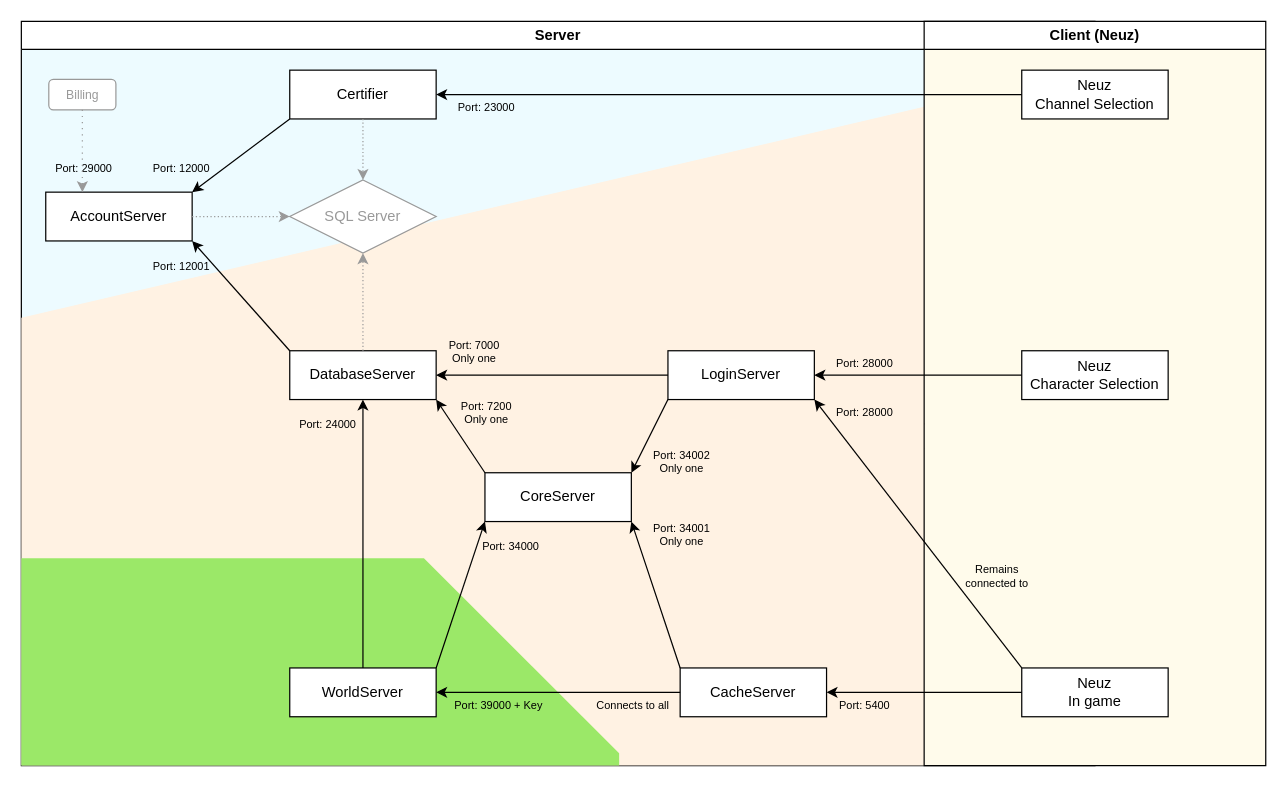
Above: Holy Writings.drawio in SPSquonK/FlyFF-Misc-Doc (draw.io), before the change. Source tidied: cells renumbered, new cells numbered last; positions are measured from the earlier drawing's top-left corner, leaving out a move shared by most shapes. Both pictures are drawn from the tidied source at 122%, with x=0, y=0 at pixel (21, 21).
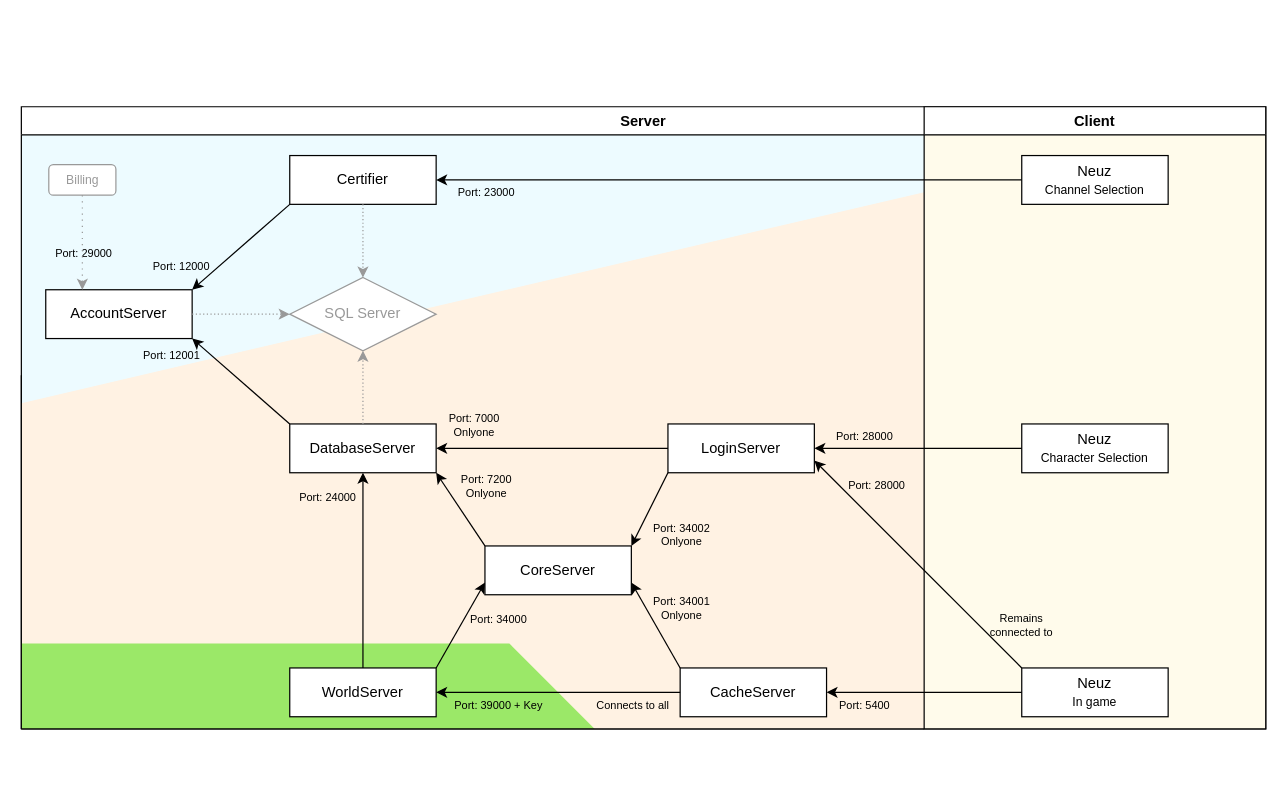
Above is the later version.

The change refers to these unchanged cells:
```xml
<mxCell id="5" value="Certifier" style="rounded=0;whiteSpace=wrap;html=1;" parent="2" vertex="1">
  <mxGeometry x="220" y="40" width="120" height="40" as="geometry" />
</mxCell>
```

The edit, as a diff of the source:
```diff
@@
     <mxCell id="2" value="Server" style="swimlane;whiteSpace=wrap;html=1;swimlaneFillColor=#EDFBFF;" parent="1" vertex="1">
-      <mxGeometry width="880" height="610" as="geometry" />
+      <mxGeometry y="70" width="1020" height="510" as="geometry" />
     </mxCell>
     <mxCell id="3" style="shape=manualInput;whiteSpace=wrap;html=1;size=173;strokeColor=none;fillColor=#FFF2E3;" parent="2" vertex="1">
-      <mxGeometry y="70" width="740" height="540" as="geometry" />
+      <mxGeometry y="70" width="740" height="440" as="geometry" />
     </mxCell>
     <mxCell id="4" style="shape=card;whiteSpace=wrap;html=1;size=160;flipH=1;fillColor=#9BE868;strokeColor=none;" parent="2" vertex="1">
-      <mxGeometry y="440" width="490" height="170" as="geometry" />
+      <mxGeometry y="440" width="470" height="70" as="geometry" />
     </mxCell>
@@
     <mxCell id="6" value="AccountServer" style="rounded=0;whiteSpace=wrap;html=1;" parent="2" vertex="1">
-      <mxGeometry x="20" y="140" width="120" height="40" as="geometry" />
+      <mxGeometry x="20" y="150" width="120" height="40" as="geometry" />
     </mxCell>
@@
     <mxCell id="8" value="SQL Server" style="rhombus;whiteSpace=wrap;html=1;strokeColor=#999999;fontColor=#999999;" parent="2" vertex="1">
-      <mxGeometry x="220" y="130" width="120" height="60" as="geometry" />
+      <mxGeometry x="220" y="140" width="120" height="60" as="geometry" />
     </mxCell>
@@
     <mxCell id="11" value="DatabaseServer" style="rounded=0;whiteSpace=wrap;html=1;" parent="2" vertex="1">
-      <mxGeometry x="220" y="270" width="120" height="40" as="geometry" />
+      <mxGeometry x="220" y="260" width="120" height="40" as="geometry" />
     </mxCell>
@@
     <mxCell id="14" value="LoginServer" style="rounded=0;whiteSpace=wrap;html=1;" parent="2" vertex="1">
-      <mxGeometry x="530" y="270" width="120" height="40" as="geometry" />
+      <mxGeometry x="530" y="260" width="120" height="40" as="geometry" />
     </mxCell>
@@
     <mxCell id="16" value="CoreServer" style="rounded=0;whiteSpace=wrap;html=1;" parent="2" vertex="1">
-      <mxGeometry x="380" y="370" width="120" height="40" as="geometry" />
+      <mxGeometry x="380" y="360" width="120" height="40" as="geometry" />
     </mxCell>
@@
-    <mxCell id="19" style="edgeStyle=orthogonalEdgeStyle;rounded=0;orthogonalLoop=1;jettySize=auto;html=1;" parent="2" edge="1" source="3" target="3">
-      <mxGeometry relative="1" as="geometry" />
-    </mxCell>
     <mxCell id="20" value="&lt;div style=&quot;font-size: 9px;&quot;&gt;Port: 12000&lt;/div&gt;" style="edgeLabel;html=1;align=center;verticalAlign=middle;labelBackgroundColor=none;fontSize=9;" parent="2" vertex="1">
-      <mxGeometry x="130" y="120" as="geometry" />
+      <mxGeometry x="130" y="130" as="geometry" />
     </mxCell>
     <mxCell id="21" value="&lt;div style=&quot;font-size: 9px;&quot;&gt;Port: 12001&lt;/div&gt;" style="edgeLabel;html=1;align=center;verticalAlign=middle;labelBackgroundColor=none;fontSize=9;" parent="2" vertex="1">
-      <mxGeometry x="130" y="200" as="geometry" />
+      <mxGeometry x="122" y="203" as="geometry" />
     </mxCell>
-    <mxCell id="22" value="&lt;div style=&quot;font-size: 9px;&quot;&gt;Port: 7000&lt;/div&gt;&lt;div style=&quot;font-size: 9px;&quot;&gt;Only one&lt;br style=&quot;font-size: 9px;&quot;&gt;&lt;/div&gt;" style="edgeLabel;html=1;align=center;verticalAlign=middle;labelBackgroundColor=none;fontSize=9;" parent="2" vertex="1">
-      <mxGeometry x="370" y="270" as="geometry" />
+    <mxCell id="22" value="&lt;div style=&quot;font-size: 9px;&quot;&gt;Port: 7000&lt;/div&gt;&lt;div style=&quot;font-size: 9px;&quot;&gt;Onlyone&lt;br style=&quot;font-size: 9px;&quot;&gt;&lt;/div&gt;" style="edgeLabel;html=1;align=center;verticalAlign=middle;labelBackgroundColor=none;fontSize=9;" parent="2" vertex="1">
+      <mxGeometry x="370" y="260" as="geometry" />
     </mxCell>
     <mxCell id="23" value="&lt;div style=&quot;font-size: 9px;&quot;&gt;Port: 28000&lt;/div&gt;" style="edgeLabel;html=1;align=center;verticalAlign=middle;labelBackgroundColor=none;fontSize=9;" parent="2" vertex="1">
-      <mxGeometry x="690" y="280" as="geometry" />
+      <mxGeometry x="690" y="270" as="geometry" />
     </mxCell>
     <mxCell id="24" value="&lt;div style=&quot;font-size: 9px;&quot;&gt;Port: 28000&lt;/div&gt;" style="edgeLabel;html=1;align=center;verticalAlign=middle;labelBackgroundColor=none;fontSize=9;" parent="2" vertex="1">
-      <mxGeometry x="690" y="320" as="geometry" />
+      <mxGeometry x="700" y="310" as="geometry" />
     </mxCell>
-    <mxCell id="25" value="&lt;div style=&quot;font-size: 9px;&quot;&gt;Port: 34002&lt;/div&gt;&lt;div style=&quot;font-size: 9px;&quot;&gt;Only one&lt;br style=&quot;font-size: 9px;&quot;&gt;&lt;/div&gt;" style="edgeLabel;html=1;align=center;verticalAlign=middle;labelBackgroundColor=none;fontSize=9;" parent="2" vertex="1">
-      <mxGeometry x="540" y="360" as="geometry" />
+    <mxCell id="25" value="&lt;div style=&quot;font-size: 9px;&quot;&gt;Port: 34002&lt;/div&gt;&lt;div style=&quot;font-size: 9px;&quot;&gt;Onlyone&lt;br style=&quot;font-size: 9px;&quot;&gt;&lt;/div&gt;" style="edgeLabel;html=1;align=center;verticalAlign=middle;labelBackgroundColor=none;fontSize=9;" parent="2" vertex="1">
+      <mxGeometry x="540" y="350" as="geometry" />
     </mxCell>
-    <mxCell id="26" value="&lt;div style=&quot;font-size: 9px;&quot;&gt;Port: 34001&lt;/div&gt;&lt;div style=&quot;font-size: 9px;&quot;&gt;Only one&lt;br style=&quot;font-size: 9px;&quot;&gt;&lt;/div&gt;" style="edgeLabel;html=1;align=center;verticalAlign=middle;labelBackgroundColor=none;fontSize=9;" parent="2" vertex="1">
-      <mxGeometry x="540" y="420" as="geometry" />
+    <mxCell id="26" value="&lt;div style=&quot;font-size: 9px;&quot;&gt;Port: 34001&lt;/div&gt;&lt;div style=&quot;font-size: 9px;&quot;&gt;Onlyone&lt;br style=&quot;font-size: 9px;&quot;&gt;&lt;/div&gt;" style="edgeLabel;html=1;align=center;verticalAlign=middle;labelBackgroundColor=none;fontSize=9;" parent="2" vertex="1">
+      <mxGeometry x="540" y="410" as="geometry" />
     </mxCell>
-    <mxCell id="27" value="&lt;div style=&quot;font-size: 9px;&quot;&gt;Port: 7200&lt;/div&gt;&lt;div style=&quot;font-size: 9px;&quot;&gt;Only one&lt;br style=&quot;font-size: 9px;&quot;&gt;&lt;/div&gt;" style="edgeLabel;html=1;align=center;verticalAlign=middle;labelBackgroundColor=none;fontSize=9;" parent="2" vertex="1">
-      <mxGeometry x="380" y="320" as="geometry" />
+    <mxCell id="27" value="&lt;div style=&quot;font-size: 9px;&quot;&gt;Port: 7200&lt;/div&gt;&lt;div style=&quot;font-size: 9px;&quot;&gt;Onlyone&lt;br style=&quot;font-size: 9px;&quot;&gt;&lt;/div&gt;" style="edgeLabel;html=1;align=center;verticalAlign=middle;labelBackgroundColor=none;fontSize=9;" parent="2" vertex="1">
+      <mxGeometry x="380" y="310" as="geometry" />
     </mxCell>
     <mxCell id="28" value="&lt;div style=&quot;font-size: 9px;&quot;&gt;Port: 24000&lt;/div&gt;" style="edgeLabel;html=1;align=center;verticalAlign=middle;labelBackgroundColor=none;fontSize=9;" parent="2" vertex="1">
-      <mxGeometry x="250" y="330" as="geometry" />
+      <mxGeometry x="250" y="320" as="geometry" />
     </mxCell>
     <mxCell id="29" value="&lt;div style=&quot;font-size: 9px;&quot;&gt;Port: 39000 + Key&lt;br style=&quot;font-size: 9px;&quot;&gt;&lt;/div&gt;" style="edgeLabel;html=1;align=center;verticalAlign=middle;labelBackgroundColor=none;fontSize=9;" parent="2" vertex="1">
-      <mxGeometry x="390" y="560" as="geometry" />
+      <mxGeometry x="390" y="490" as="geometry" />
     </mxCell>
     <mxCell id="30" value="&lt;div style=&quot;font-size: 9px;&quot;&gt;Connects to all&lt;/div&gt;" style="edgeLabel;html=1;align=center;verticalAlign=middle;labelBackgroundColor=none;fontSize=9;" parent="2" vertex="1">
-      <mxGeometry x="500" y="560" as="geometry" />
+      <mxGeometry x="500" y="490" as="geometry" />
     </mxCell>
     <mxCell id="31" value="&lt;div style=&quot;font-size: 9px;&quot;&gt;Port: 5400&lt;/div&gt;" style="edgeLabel;html=1;align=center;verticalAlign=middle;labelBackgroundColor=none;fontSize=9;" parent="2" vertex="1">
-      <mxGeometry x="690" y="560" as="geometry" />
+      <mxGeometry x="690" y="490" as="geometry" />
     </mxCell>
     <mxCell id="32" value="&lt;div style=&quot;font-size: 9px;&quot;&gt;Port: 34000&lt;/div&gt;" style="edgeLabel;html=1;align=center;verticalAlign=middle;labelBackgroundColor=none;fontSize=9;" parent="2" vertex="1">
-      <mxGeometry x="400" y="430" as="geometry" />
+      <mxGeometry x="390" y="420" as="geometry" />
     </mxCell>
@@
-    <mxCell id="36" value="CacheServer" style="rounded=0;whiteSpace=wrap;html=1;" parent="1" vertex="1">
-      <mxGeometry x="540" y="530" width="120" height="40" as="geometry" />
-    </mxCell>
-    <mxCell id="37" value="WorldServer" style="rounded=0;whiteSpace=wrap;html=1;" parent="1" vertex="1">
-      <mxGeometry x="220" y="530" width="120" height="40" as="geometry" />
-    </mxCell>
-    <mxCell id="38" style="endArrow=classic;html=1;rounded=0;exitX=0;exitY=0.5;exitDx=0;exitDy=0;entryX=1;entryY=0.5;entryDx=0;entryDy=0;" parent="1" edge="1" source="36" target="37">
-      <mxGeometry relative="1" as="geometry" />
-    </mxCell>
+    <mxCell id="52" style="endArrow=none;html=1;rounded=0;exitX=1;exitY=1;exitDx=0;exitDy=0;exitPerimeter=0;entryX=1;entryY=1;entryDx=0;entryDy=0;" parent="2" edge="1" source="4" target="3">
+      <mxGeometry relative="1" as="geometry" />
+    </mxCell>
-    <mxCell id="39" value="Client (Neuz)" style="swimlane;whiteSpace=wrap;html=1;swimlaneFillColor=#FFFBEB;" parent="1" vertex="1">
-      <mxGeometry x="740" width="280" height="610" as="geometry" />
+    <mxCell id="39" value="Client" style="swimlane;whiteSpace=wrap;html=1;swimlaneFillColor=#FFFBEB;startSize=23;" parent="2" vertex="1">
+      <mxGeometry x="740" width="280" height="510" as="geometry" />
     </mxCell>
-    <mxCell id="40" value="Neuz&lt;br&gt;In game" style="rounded=0;whiteSpace=wrap;html=1;" parent="39" vertex="1">
-      <mxGeometry x="80" y="530" width="120" height="40" as="geometry" />
+    <mxCell id="40" value="Neuz&lt;br&gt;&lt;font style=&quot;font-size: 10px;&quot;&gt;In game&lt;/font&gt;" style="rounded=0;whiteSpace=wrap;html=1;" parent="39" vertex="1">
+      <mxGeometry x="80" y="460" width="120" height="40" as="geometry" />
     </mxCell>
-    <mxCell id="41" value="Neuz&lt;br&gt;Channel Selection" style="rounded=0;whiteSpace=wrap;html=1;" parent="39" vertex="1">
+    <mxCell id="41" value="Neuz&lt;br&gt;&lt;font style=&quot;font-size: 10px;&quot;&gt;Channel Selection&lt;/font&gt;" style="rounded=0;whiteSpace=wrap;html=1;" parent="39" vertex="1">
       <mxGeometry x="80" y="40" width="120" height="40" as="geometry" />
     </mxCell>
-    <mxCell id="42" value="Neuz&lt;br&gt;Character Selection" style="rounded=0;whiteSpace=wrap;html=1;" parent="39" vertex="1">
-      <mxGeometry x="80" y="270" width="120" height="40" as="geometry" />
+    <mxCell id="42" value="Neuz&lt;br&gt;&lt;font style=&quot;font-size: 10px;&quot;&gt;Character Selection&lt;/font&gt;" style="rounded=0;whiteSpace=wrap;html=1;" parent="39" vertex="1">
+      <mxGeometry x="80" y="260" width="120" height="40" as="geometry" />
     </mxCell>
     <mxCell id="43" value="&lt;div style=&quot;font-size: 9px;&quot;&gt;Remains&lt;/div&gt;&lt;div style=&quot;font-size: 9px;&quot;&gt;connected to&lt;/div&gt;" style="text;html=1;strokeColor=none;fillColor=none;align=center;verticalAlign=middle;whiteSpace=wrap;rounded=0;fontSize=9;" parent="39" vertex="1">
-      <mxGeometry x="20" y="440" width="80" height="30" as="geometry" />
+      <mxGeometry x="40" y="410" width="80" height="30" as="geometry" />
     </mxCell>
+    <mxCell id="48" style="edgeStyle=orthogonalEdgeStyle;rounded=0;jettySize=auto;html=1;entryX=1;entryY=0.5;entryDx=0;entryDy=0;" parent="2" edge="1" source="41" target="5">
+      <mxGeometry relative="1" as="geometry" />
+    </mxCell>
+    <mxCell id="49" value="&lt;div style=&quot;font-size: 9px;&quot;&gt;Port: 23000&lt;/div&gt;" style="edgeLabel;html=1;align=center;verticalAlign=middle;labelBackgroundColor=none;fontSize=9;" parent="48" vertex="1">
+      <mxGeometry x="0.91" y="2" relative="1" as="geometry">
+        <mxPoint x="18" y="8" as="offset" />
+      </mxGeometry>
+    </mxCell>
+    <mxCell id="50" style="edgeStyle=orthogonalEdgeStyle;rounded=0;jettySize=auto;html=1;entryX=1;entryY=0.5;entryDx=0;entryDy=0;" parent="2" edge="1" source="42" target="14">
+      <mxGeometry relative="1" as="geometry" />
+    </mxCell>
+    <mxCell id="36" value="CacheServer" style="rounded=0;whiteSpace=wrap;html=1;" parent="1" vertex="1">
+      <mxGeometry x="540" y="530" width="120" height="40" as="geometry" />
+    </mxCell>
+    <mxCell id="37" value="WorldServer" style="rounded=0;whiteSpace=wrap;html=1;" parent="1" vertex="1">
+      <mxGeometry x="220" y="530" width="120" height="40" as="geometry" />
+    </mxCell>
+    <mxCell id="38" style="endArrow=classic;html=1;rounded=0;exitX=0;exitY=0.5;exitDx=0;exitDy=0;entryX=1;entryY=0.5;entryDx=0;entryDy=0;" parent="1" edge="1" source="36" target="37">
+      <mxGeometry relative="1" as="geometry" />
+    </mxCell>
@@
-    <mxCell id="46" style="endArrow=classic;html=1;rounded=0;exitX=0;exitY=0;exitDx=0;exitDy=0;entryX=1;entryY=1;entryDx=0;entryDy=0;" parent="1" edge="1" source="36" target="16">
-      <mxGeometry relative="1" as="geometry" />
+    <mxCell id="46" style="endArrow=classic;html=1;rounded=0;exitX=0;exitY=0;exitDx=0;exitDy=0;entryX=1;entryY=1;entryDx=0;entryDy=0;" parent="1" edge="1" source="36">
+      <mxGeometry relative="1" as="geometry">
+        <mxPoint x="500" y="460" as="targetPoint" />
+      </mxGeometry>
     </mxCell>
-    <mxCell id="47" style="endArrow=classic;html=1;rounded=0;exitX=1;exitY=0;exitDx=0;exitDy=0;entryX=0;entryY=1;entryDx=0;entryDy=0;" parent="1" edge="1" source="37" target="16">
-      <mxGeometry relative="1" as="geometry" />
+    <mxCell id="47" style="endArrow=classic;html=1;rounded=0;exitX=1;exitY=0;exitDx=0;exitDy=0;entryX=0;entryY=1;entryDx=0;entryDy=0;" parent="1" edge="1" source="37">
+      <mxGeometry relative="1" as="geometry">
+        <mxPoint x="380" y="460" as="targetPoint" />
+      </mxGeometry>
     </mxCell>
-    <mxCell id="48" style="edgeStyle=orthogonalEdgeStyle;rounded=0;jettySize=auto;html=1;entryX=1;entryY=0.5;entryDx=0;entryDy=0;" parent="1" edge="1" source="41" target="5">
-      <mxGeometry relative="1" as="geometry" />
-    </mxCell>
-    <mxCell id="49" value="&lt;div style=&quot;font-size: 9px;&quot;&gt;Port: 23000&lt;/div&gt;" style="edgeLabel;html=1;align=center;verticalAlign=middle;labelBackgroundColor=none;fontSize=9;" parent="48" vertex="1">
-      <mxGeometry x="0.91" y="2" relative="1" as="geometry">
-        <mxPoint x="18" y="8" as="offset" />
-      </mxGeometry>
-    </mxCell>
-    <mxCell id="50" style="edgeStyle=orthogonalEdgeStyle;rounded=0;jettySize=auto;html=1;entryX=1;entryY=0.5;entryDx=0;entryDy=0;" parent="1" edge="1" source="42" target="14">
-      <mxGeometry relative="1" as="geometry" />
-    </mxCell>
-    <mxCell id="51" style="endArrow=classic;html=1;rounded=0;exitX=0;exitY=0;exitDx=0;exitDy=0;entryX=1;entryY=1;entryDx=0;entryDy=0;" parent="1" edge="1" source="40" target="14">
-      <mxGeometry relative="1" as="geometry" />
+    <mxCell id="51" style="endArrow=classic;html=1;rounded=0;exitX=0;exitY=0;exitDx=0;exitDy=0;entryX=1;entryY=1;entryDx=0;entryDy=0;" parent="1" edge="1" source="40">
+      <mxGeometry relative="1" as="geometry">
+        <mxPoint x="650" y="360" as="targetPoint" />
+      </mxGeometry>
     </mxCell>
+    <mxCell id="53" style="endArrow=none;html=1;rounded=0;exitX=1;exitY=1;exitDx=0;exitDy=0;exitPerimeter=0;" parent="1" edge="1" source="4">
+      <mxGeometry relative="1" as="geometry">
+        <mxPoint y="290" as="targetPoint" />
+      </mxGeometry>
+    </mxCell>
```
